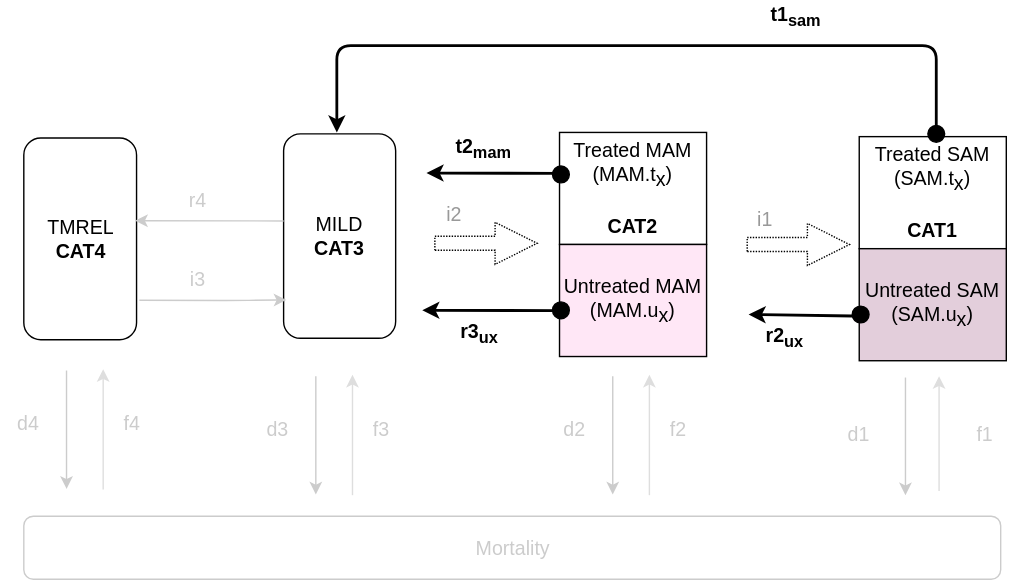
This is docs/source/intervention_models/wasting_treatment/treatment_diagram.svg from ihmeuw/vivarium_research, a draw.io export, as it was before one commit. Source tidied: cells renumbered, new cells last; positions are measured from the earlier drawing's top-left corner, leaving out a move shared by most shapes.
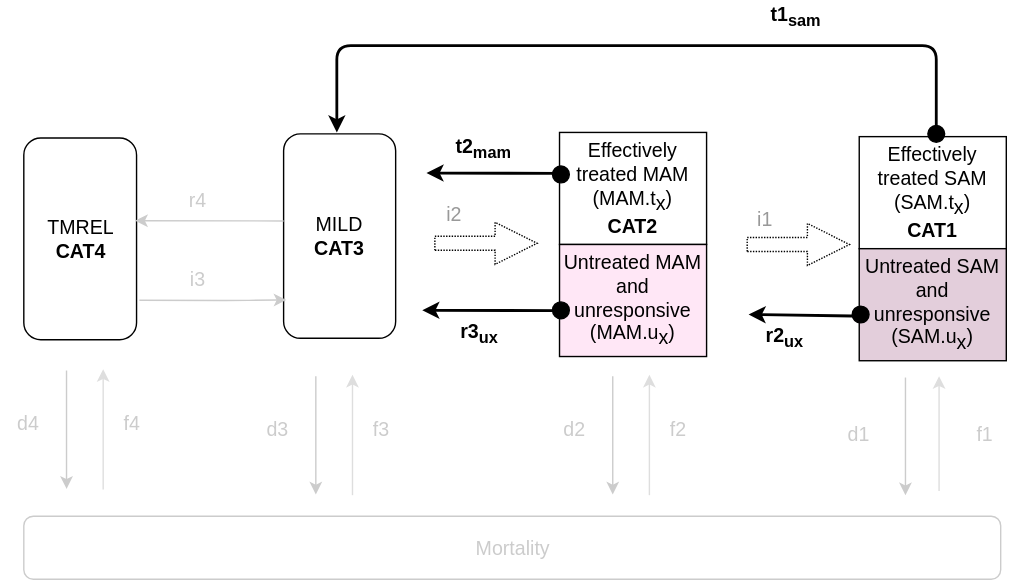
The same file after the commit.

Change to the diagram source:
```diff
@@ -82,16 +82,16 @@
     <mxCell id="21" style="edgeStyle=orthogonalEdgeStyle;rounded=0;orthogonalLoop=1;jettySize=auto;html=1;exitX=0.5;exitY=1;exitDx=0;exitDy=0;strokeColor=#3333FF;fontSize=14;fontColor=#FF0000;" parent="1" edge="1" source="5" target="5">
       <mxGeometry relative="1" as="geometry" />
     </mxCell>
-    <mxCell id="22" value="Treated MAM&lt;br style=&quot;font-size: 14px&quot;&gt;(MAM.t&lt;sub style=&quot;font-size: 14px&quot;&gt;x&lt;/sub&gt;)&lt;br style=&quot;font-size: 14px&quot;&gt;&lt;br style=&quot;font-size: 14px&quot;&gt;&lt;b&gt;CAT2&lt;/b&gt;" style="rounded=0;whiteSpace=wrap;html=1;fontSize=14;" parent="1" vertex="1">
+    <mxCell id="22" value="Effectively treated MAM&lt;br style=&quot;font-size: 14px&quot;&gt;(MAM.t&lt;sub style=&quot;font-size: 14px&quot;&gt;x&lt;/sub&gt;)&lt;br style=&quot;font-size: 14px&quot;&gt;&lt;b&gt;CAT2&lt;/b&gt;" style="rounded=0;whiteSpace=wrap;html=1;fontSize=14;" parent="1" vertex="1">
       <mxGeometry x="399" y="93" width="105" height="80" as="geometry" />
     </mxCell>
-    <mxCell id="23" value="Untreated MAM&lt;br style=&quot;font-size: 14px&quot;&gt;(MAM.u&lt;sub style=&quot;font-size: 14px&quot;&gt;x&lt;/sub&gt;)" style="rounded=0;whiteSpace=wrap;html=1;fontSize=14;fillColor=#FFE7F6;" parent="1" vertex="1">
+    <mxCell id="23" value="Untreated MAM and unresponsive&lt;br style=&quot;font-size: 14px&quot;&gt;(MAM.u&lt;sub style=&quot;font-size: 14px&quot;&gt;x&lt;/sub&gt;)" style="rounded=0;whiteSpace=wrap;html=1;fontSize=14;fillColor=#FFE7F6;" parent="1" vertex="1">
       <mxGeometry x="399" y="173" width="105" height="80" as="geometry" />
     </mxCell>
-    <mxCell id="24" value="Treated SAM&lt;br style=&quot;font-size: 14px&quot;&gt;(SAM.t&lt;sub style=&quot;font-size: 14px&quot;&gt;x&lt;/sub&gt;)&lt;br style=&quot;font-size: 14px&quot;&gt;&lt;br style=&quot;font-size: 14px&quot;&gt;&lt;b&gt;CAT1&lt;/b&gt;" style="rounded=0;whiteSpace=wrap;html=1;fontSize=14;" parent="1" vertex="1">
+    <mxCell id="24" value="Effectively treated SAM&lt;br style=&quot;font-size: 14px&quot;&gt;(SAM.t&lt;sub style=&quot;font-size: 14px&quot;&gt;x&lt;/sub&gt;)&lt;br style=&quot;font-size: 14px&quot;&gt;&lt;b&gt;CAT1&lt;/b&gt;" style="rounded=0;whiteSpace=wrap;html=1;fontSize=14;" parent="1" vertex="1">
       <mxGeometry x="613" y="96" width="105" height="80" as="geometry" />
     </mxCell>
-    <mxCell id="25" value="Untreated SAM&lt;br style=&quot;font-size: 14px&quot;&gt;(SAM.u&lt;sub style=&quot;font-size: 14px&quot;&gt;x&lt;/sub&gt;)" style="rounded=0;whiteSpace=wrap;html=1;fontSize=14;fillColor=#E3CEDB;" parent="1" vertex="1">
+    <mxCell id="25" value="Untreated SAM and unresponsive&lt;br style=&quot;font-size: 14px&quot;&gt;(SAM.u&lt;sub style=&quot;font-size: 14px&quot;&gt;x&lt;/sub&gt;)" style="rounded=0;whiteSpace=wrap;html=1;fontSize=14;fillColor=#E3CEDB;" parent="1" vertex="1">
       <mxGeometry x="613" y="176" width="105" height="80" as="geometry" />
     </mxCell>
     <mxCell id="26" style="endArrow=classic;html=1;entryX=0.044;entryY=0.01;entryDx=0;entryDy=0;entryPerimeter=0;fontSize=14;strokeColor=#CCCCCC;" parent="1" edge="1">
```
